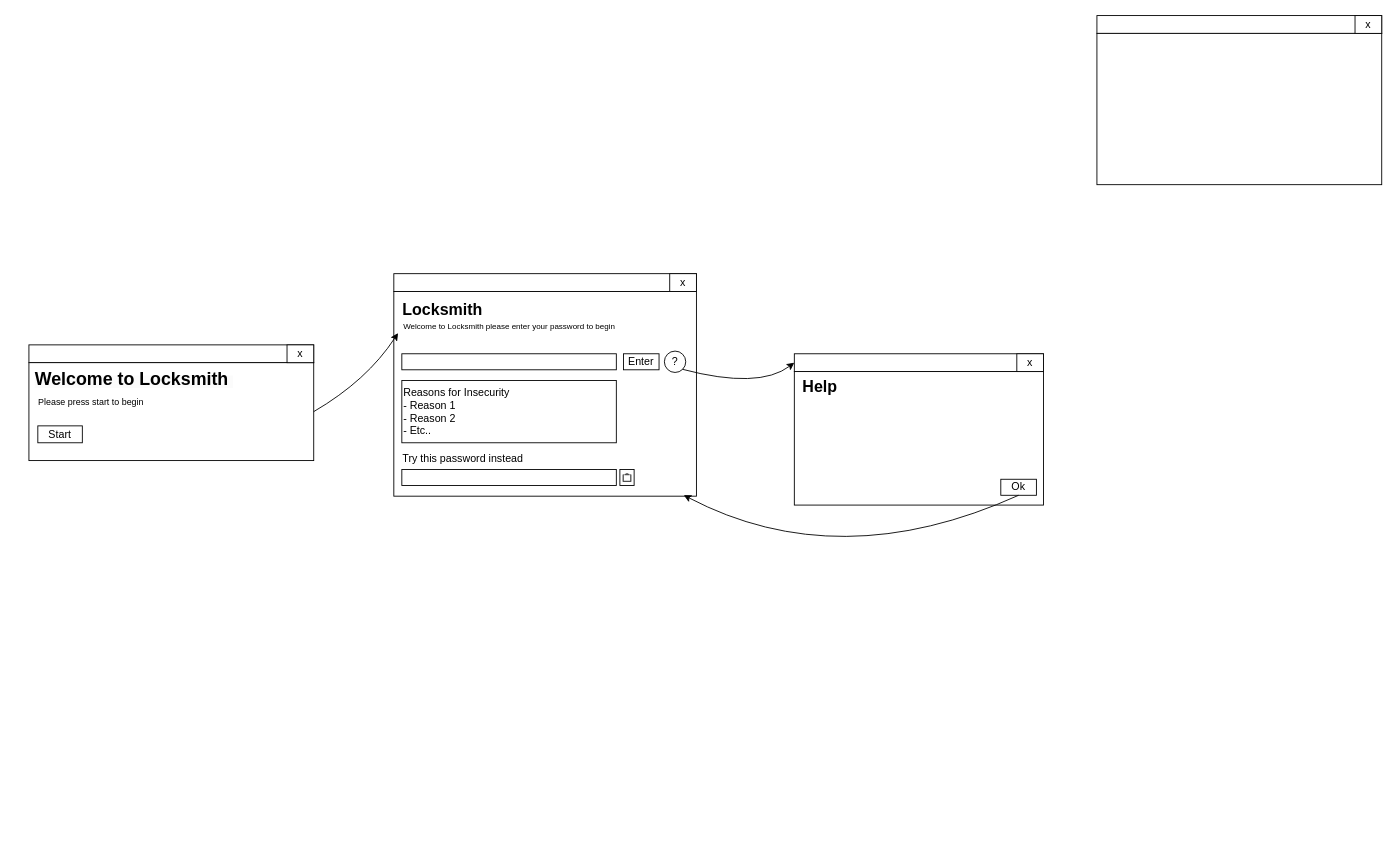
This is Task 2 Storyboard.drawio from imamchris/Locksmith-Password-Checker-, a draw.io file, before an edit. Source tidied: cells renumbered, new cells numbered last; positions are measured from the earlier drawing's top-left corner, leaving out a move shared by most shapes. Both pictures are drawn from the tidied source at 89%, with x=0, y=0 at pixel (15, 15).
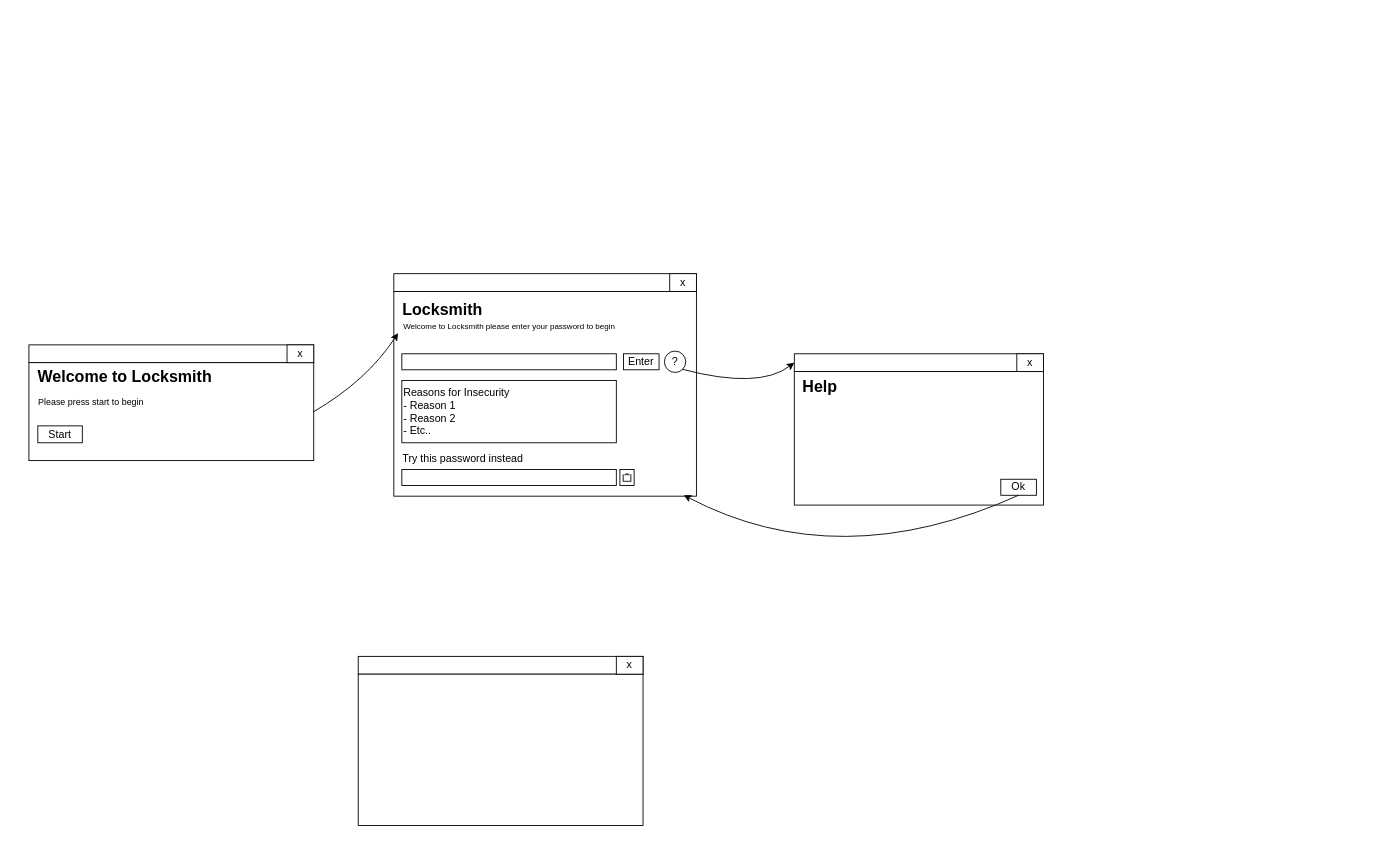
The same diagram, later.

Commit message (it also covers changes not shown here):
Improving on startup window

Change to the diagram source:
```diff
@@
     <mxCell id="6" style="rounded=0;whiteSpace=wrap;html=1;" parent="1" vertex="1">
-      <mxGeometry x="1215" width="320" height="20" as="geometry" />
+      <mxGeometry x="385" y="720" width="320" height="20" as="geometry" />
     </mxCell>
     <mxCell id="7" style="rounded=0;whiteSpace=wrap;html=1;" parent="1" vertex="1">
-      <mxGeometry x="1215" y="20" width="320" height="170" as="geometry" />
+      <mxGeometry x="385" y="740" width="320" height="170" as="geometry" />
     </mxCell>
     <mxCell id="8" value="x" style="rounded=0;whiteSpace=wrap;html=1;" parent="1" vertex="1">
-      <mxGeometry x="1505" width="30" height="20" as="geometry" />
+      <mxGeometry x="675" y="720" width="30" height="20" as="geometry" />
     </mxCell>
@@
-    <mxCell id="28" value="&lt;span style=&quot;color: rgb(0, 0, 0); font-family: Helvetica; font-style: normal; font-variant-ligatures: normal; font-variant-caps: normal; letter-spacing: normal; orphans: 2; text-align: left; text-indent: 0px; text-transform: none; widows: 2; word-spacing: 0px; -webkit-text-stroke-width: 0px; white-space: normal; background-color: rgb(251, 251, 251); text-decoration-thickness: initial; text-decoration-style: initial; text-decoration-color: initial; float: none; display: inline !important;&quot;&gt;&lt;b style=&quot;&quot;&gt;&lt;font style=&quot;font-size: 20px;&quot;&gt;Welcome to Locksmith&amp;nbsp;&lt;/font&gt;&lt;/b&gt;&lt;/span&gt;" style="text;whiteSpace=wrap;html=1;" parent="1" vertex="1">
-      <mxGeometry x="20" y="390" width="270" height="40" as="geometry" />
-    </mxCell>
@@
+    <mxCell id="28" value="&lt;b&gt;&lt;font style=&quot;font-size: 18px;&quot;&gt;Welcome to Locksmith&lt;/font&gt;&lt;/b&gt;" style="text;html=1;align=center;verticalAlign=middle;whiteSpace=wrap;rounded=0;" parent="1" vertex="1">
+      <mxGeometry x="13" y="391" width="220" height="30" as="geometry" />
+    </mxCell>
```
